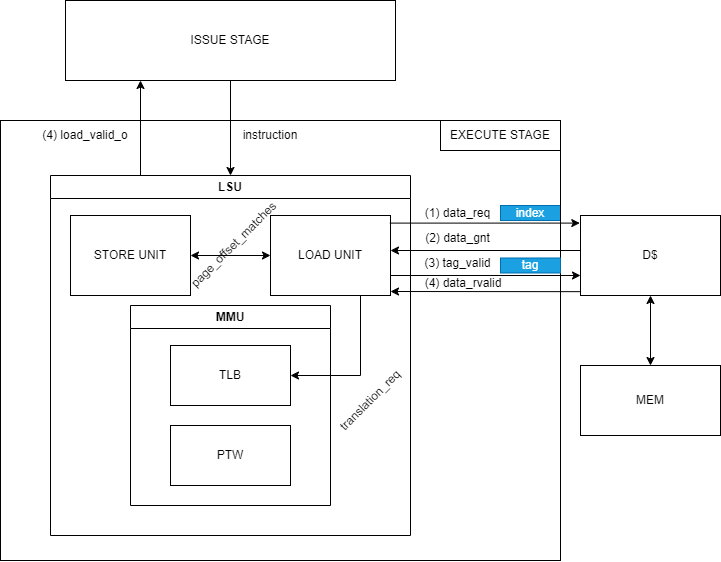
This is docs/04_cv32a65x/design/images/schema_fsm_load_control.png from openhwgroup/cva6, a draw.io export, as it was before one commit. Source tidied: cells renumbered, new cells last; positions are measured from the earlier drawing's top-left corner, leaving out a move shared by most shapes.
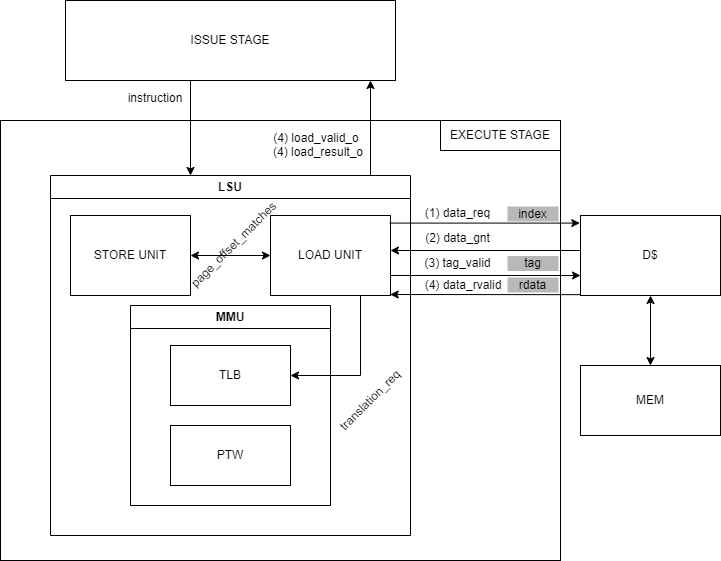
Later version of the same file.

Commit message:
correction load unit and scheme : data

What changed in the source:
```diff
@@ -45,12 +45,6 @@
     <mxCell id="14" value="D$" style="rounded=0;whiteSpace=wrap;html=1;" parent="1" vertex="1">
       <mxGeometry x="580" y="215" width="140" height="80" as="geometry" />
     </mxCell>
-    <mxCell id="15" style="endArrow=classic;html=1;exitX=0.5;exitY=1;exitDx=0;exitDy=0;" parent="1" edge="1" source="12" target="2">
-      <mxGeometry relative="1" as="geometry" />
-    </mxCell>
-    <mxCell id="16" value="instruction" style="text;html=1;strokeColor=none;fillColor=none;align=center;verticalAlign=middle;whiteSpace=wrap;rounded=0;" parent="1" vertex="1">
-      <mxGeometry x="240" y="120" width="60" height="30" as="geometry" />
-    </mxCell>
     <mxCell id="17" style="endArrow=classic;html=1;rounded=0;exitX=1;exitY=0.75;exitDx=0;exitDy=0;entryX=0;entryY=0.75;entryDx=0;entryDy=0;fillColor=#60a917;strokeColor=default;" parent="1" edge="1" source="7" target="14">
       <mxGeometry relative="1" as="geometry" />
     </mxCell>
@@ -58,10 +52,10 @@
       <mxGeometry relative="1" as="geometry" />
     </mxCell>
     <mxCell id="19" value="(4) load_valid_o" style="text;html=1;strokeColor=none;fillColor=none;align=center;verticalAlign=middle;whiteSpace=wrap;rounded=0;" parent="1" vertex="1">
-      <mxGeometry x="40" y="120" width="90" height="30" as="geometry" />
+      <mxGeometry x="271" y="123" width="90" height="30" as="geometry" />
     </mxCell>
-    <mxCell id="20" value="index" style="text;html=1;strokeColor=#006EAF;fillColor=#1ba1e2;align=center;verticalAlign=middle;whiteSpace=wrap;rounded=0;fontColor=#ffffff;" parent="1" vertex="1">
-      <mxGeometry x="500" y="205" width="60" height="15" as="geometry" />
+    <mxCell id="20" value="index" style="text;html=1;strokeColor=none;fillColor=#B8B8B8;align=center;verticalAlign=middle;whiteSpace=wrap;rounded=0;fontColor=#000000;" parent="1" vertex="1">
+      <mxGeometry x="507" y="206" width="51" height="15" as="geometry" />
     </mxCell>
     <mxCell id="21" style="rounded=0;whiteSpace=wrap;html=1;fillColor=none;" parent="1" vertex="1">
       <mxGeometry y="120" width="560" height="440" as="geometry" />
@@ -78,17 +72,12 @@
         <mxPoint x="390" y="250" as="targetPoint" />
       </mxGeometry>
     </mxCell>
-    <mxCell id="25" value="tag" style="text;html=1;strokeColor=#006EAF;fillColor=#1ba1e2;align=center;verticalAlign=middle;whiteSpace=wrap;rounded=0;fontColor=#ffffff;" parent="1" vertex="1">
-      <mxGeometry x="500" y="257.5" width="60" height="15" as="geometry" />
+    <mxCell id="25" value="tag" style="text;html=1;strokeColor=none;fillColor=#B8B8B8;align=center;verticalAlign=middle;whiteSpace=wrap;rounded=0;fontColor=#000000;" parent="1" vertex="1">
+      <mxGeometry x="507" y="255.5" width="51" height="15" as="geometry" />
     </mxCell>
     <mxCell id="26" value="(1) data_req" style="text;html=1;align=center;verticalAlign=middle;whiteSpace=wrap;rounded=0;fillColor=none;" parent="1" vertex="1">
       <mxGeometry x="420" y="205" width="75" height="15" as="geometry" />
     </mxCell>
-    <mxCell id="27" style="endArrow=classic;html=1;exitX=0.002;exitY=0.952;exitDx=0;exitDy=0;exitPerimeter=0;" parent="1" edge="1" source="14">
-      <mxGeometry relative="1" as="geometry">
-        <mxPoint x="390" y="291" as="targetPoint" />
-      </mxGeometry>
-    </mxCell>
     <mxCell id="28" value="(2) data_gnt" style="text;html=1;align=center;verticalAlign=middle;whiteSpace=wrap;rounded=0;fillColor=none;" parent="1" vertex="1">
       <mxGeometry x="420" y="230" width="75" height="15" as="geometry" />
     </mxCell>
@@ -96,13 +85,34 @@
       <mxGeometry x="420" y="255.5" width="75" height="15" as="geometry" />
     </mxCell>
     <mxCell id="30" value="(4) data_rvalid" style="text;html=1;align=center;verticalAlign=middle;whiteSpace=wrap;rounded=0;fillColor=none;" parent="1" vertex="1">
-      <mxGeometry x="423" y="275" width="80" height="15" as="geometry" />
+      <mxGeometry x="423" y="277" width="80" height="15" as="geometry" />
     </mxCell>
     <mxCell id="31" style="endArrow=classic;html=1;exitX=0.5;exitY=1;exitDx=0;exitDy=0;" parent="1" edge="1">
       <mxGeometry relative="1" as="geometry">
-        <mxPoint x="140" y="175" as="sourcePoint" />
-        <mxPoint x="140" y="80" as="targetPoint" />
+        <mxPoint x="370" y="175" as="sourcePoint" />
+        <mxPoint x="370" y="80" as="targetPoint" />
       </mxGeometry>
     </mxCell>
+    <mxCell id="32" value="rdata" style="text;html=1;strokeColor=none;fillColor=#B8B8B8;align=center;verticalAlign=middle;whiteSpace=wrap;rounded=0;fontColor=#000000;" parent="1" vertex="1">
+      <mxGeometry x="507" y="277" width="51" height="15" as="geometry" />
+    </mxCell>
+    <mxCell id="33" style="endArrow=classic;html=1;exitX=0.002;exitY=0.952;exitDx=0;exitDy=0;exitPerimeter=0;" parent="1" edge="1">
+      <mxGeometry relative="1" as="geometry">
+        <mxPoint x="580" y="294.2" as="sourcePoint" />
+        <mxPoint x="389.7" y="294" as="targetPoint" />
+      </mxGeometry>
+    </mxCell>
+    <mxCell id="34" style="endArrow=classic;html=1;exitX=0.5;exitY=1;exitDx=0;exitDy=0;" parent="1" edge="1">
+      <mxGeometry relative="1" as="geometry">
+        <mxPoint x="190" y="80" as="sourcePoint" />
+        <mxPoint x="190" y="175" as="targetPoint" />
+      </mxGeometry>
+    </mxCell>
+    <mxCell id="16" value="instruction" style="text;html=1;strokeColor=none;fillColor=none;align=center;verticalAlign=middle;whiteSpace=wrap;rounded=0;" parent="1" vertex="1">
+      <mxGeometry x="110" y="83" width="90" height="30" as="geometry" />
+    </mxCell>
+    <mxCell id="35" value="(4) load_result_o" style="text;html=1;strokeColor=none;fillColor=none;align=center;verticalAlign=middle;whiteSpace=wrap;rounded=0;" parent="1" vertex="1">
+      <mxGeometry x="268" y="137" width="100" height="30" as="geometry" />
+    </mxCell>
   </root>
 </mxGraphModel>
```
